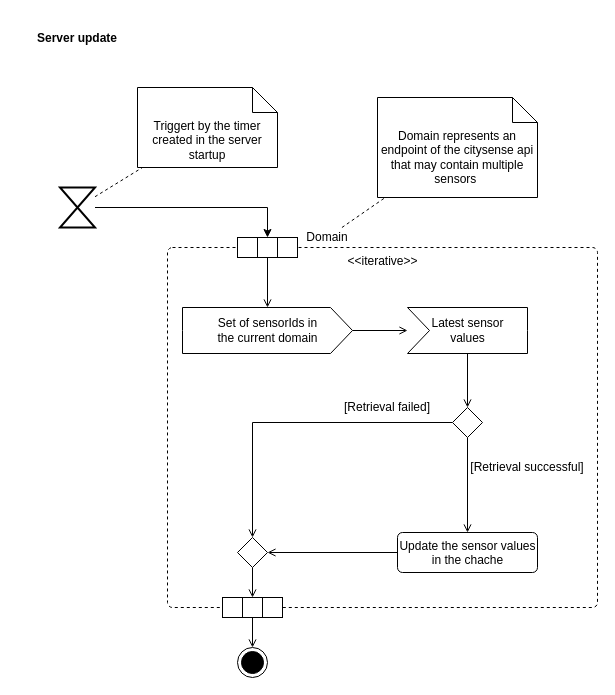
Above: ActivityDiagrams/ActivityDiagramServerUpdate.drawio in frozzenshooter/LoRaParkAppDocumentation (draw.io), before the change. Source tidied: cells renumbered, new cells numbered last; positions are measured from the earlier drawing's top-left corner, leaving out a move shared by most shapes. Both pictures are drawn from the tidied source at 100%, with x=0, y=0 at pixel (17, 17).
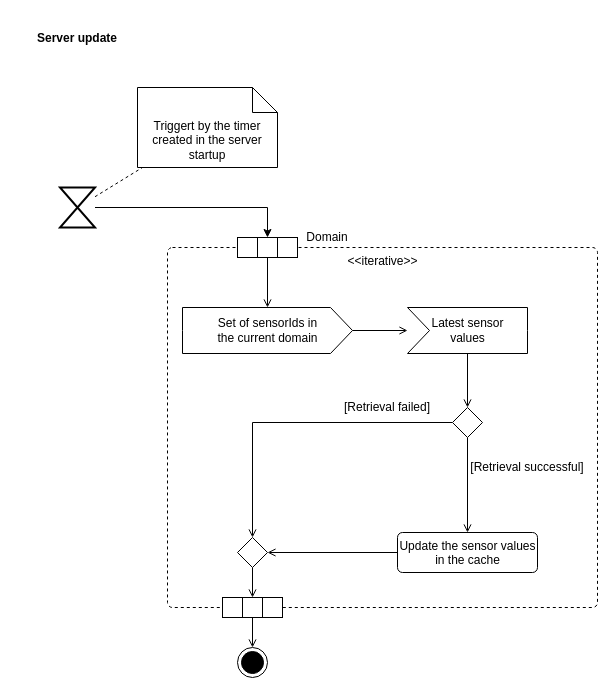
The same diagram, later.

Unchanged cells that the change refers to:
```xml
<mxCell id="14" value="Domain" style="text;html=1;strokeColor=none;fillColor=none;align=center;verticalAlign=middle;whiteSpace=wrap;rounded=0;" parent="1" vertex="1">
  <mxGeometry x="280" y="210" width="60" height="20" as="geometry" />
</mxCell>
```

Diff of the diagram source:
```diff
@@
-    <mxCell id="13" style="edgeStyle=none;rounded=0;jettySize=auto;html=1;dashed=1;endArrow=none;endFill=0;" parent="1" edge="1" source="14" target="19">
-      <mxGeometry relative="1" as="geometry" />
-    </mxCell>
@@
-    <mxCell id="19" value="Domain represents an endpoint of the citysense api that may contain multiple sensors&amp;nbsp;" style="shape=note2;boundedLbl=1;whiteSpace=wrap;html=1;size=25;verticalAlign=top;align=center;" parent="1" vertex="1">
-      <mxGeometry x="360" y="80" width="160" height="100" as="geometry" />
-    </mxCell>
@@
-    <mxCell id="26" value="Update the sensor values&lt;br&gt;in the chache" style="html=1;align=center;verticalAlign=top;rounded=1;absoluteArcSize=1;arcSize=10;dashed=0;" parent="1" vertex="1">
+    <mxCell id="26" value="Update the sensor values&lt;br&gt;in the cache" style="html=1;align=center;verticalAlign=top;rounded=1;absoluteArcSize=1;arcSize=10;dashed=0;" parent="1" vertex="1">
       <mxGeometry x="380" y="515" width="140" height="40" as="geometry" />
     </mxCell>
```
